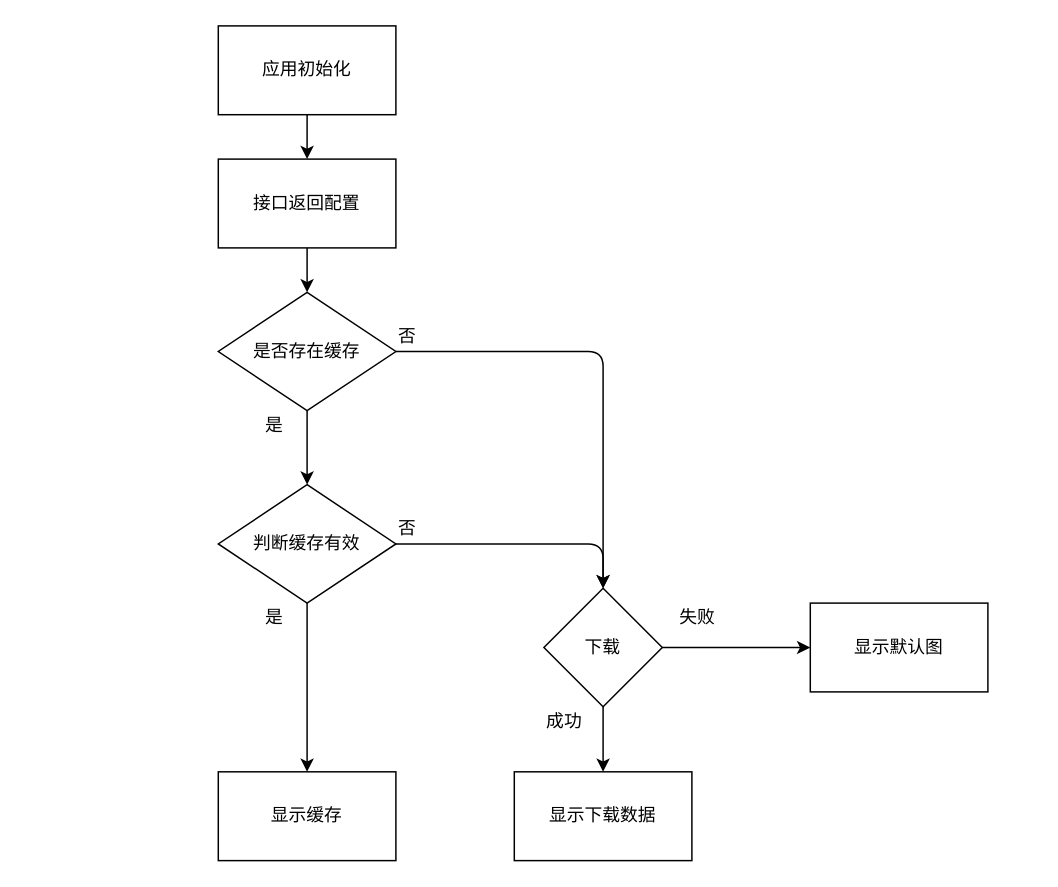
Earlier version of the draw.io diagram Untitled Diagram.drawio (666luyong/Diagram). Source tidied: cells renumbered, new cells numbered last; positions are measured from the earlier drawing's top-left corner, leaving out a move shared by most shapes. Both pictures are drawn from the tidied source at 148%, with x=0, y=0 at pixel (218, 25).
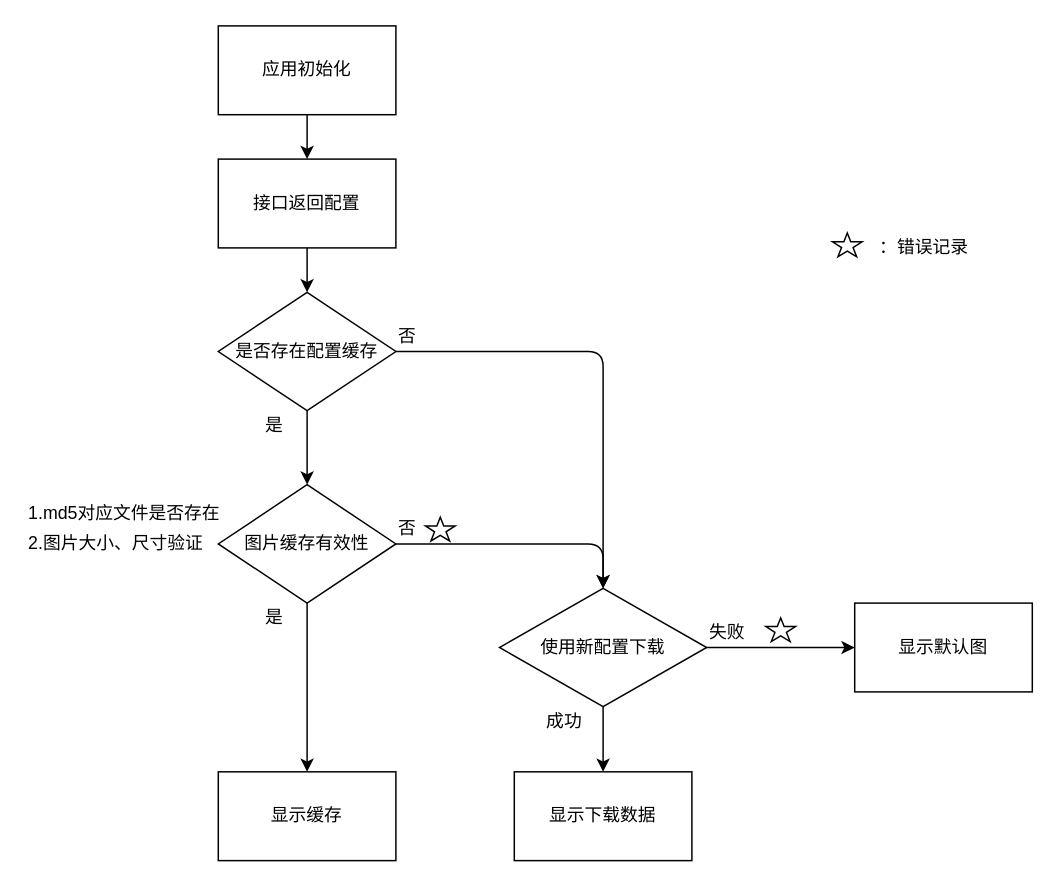
The same diagram, later.

The edit, as a diff of the source:
```diff
@@
-    <mxCell id="3" value="是否存在缓存" style="rhombus;whiteSpace=wrap;html=1;" parent="1" vertex="1">
+    <mxCell id="3" value="是否存在配置缓存" style="rhombus;whiteSpace=wrap;html=1;" parent="1" vertex="1">
       <mxGeometry y="180" width="120" height="80" as="geometry" />
     </mxCell>
@@
-    <mxCell id="11" value="判断缓存有效" style="rhombus;whiteSpace=wrap;html=1;" parent="1" vertex="1">
+    <mxCell id="11" value="图片缓存有效性" style="rhombus;whiteSpace=wrap;html=1;" parent="1" vertex="1">
       <mxGeometry y="310" width="120" height="80" as="geometry" />
     </mxCell>
@@
-    <mxCell id="15" style="edgeStyle=orthogonalEdgeStyle;rounded=0;jettySize=auto;html=1;entryX=0;entryY=0.5;entryDx=0;entryDy=0;" parent="1" edge="1" source="17">
-      <mxGeometry relative="1" as="geometry">
-        <mxPoint x="400" y="420" as="targetPoint" />
-      </mxGeometry>
+    <mxCell id="15" style="edgeStyle=orthogonalEdgeStyle;rounded=0;jettySize=auto;html=1;entryX=0;entryY=0.5;entryDx=0;entryDy=0;" parent="1" edge="1" source="17" target="23">
+      <mxGeometry relative="1" as="geometry" />
     </mxCell>
@@
-    <mxCell id="17" value="下载" style="rhombus;whiteSpace=wrap;html=1;" parent="1" vertex="1">
-      <mxGeometry x="220" y="380" width="80" height="80" as="geometry" />
+    <mxCell id="17" value="使用新配置下载" style="rhombus;whiteSpace=wrap;html=1;" parent="1" vertex="1">
+      <mxGeometry x="190" y="380" width="140" height="80" as="geometry" />
     </mxCell>
@@
     <mxCell id="19" value="失败&amp;nbsp;" style="text;html=1;align=left;verticalAlign=top;spacingTop=-4;" parent="1" vertex="1">
-      <mxGeometry x="310" y="390" width="40" height="20" as="geometry" />
+      <mxGeometry x="330" y="400" width="40" height="20" as="geometry" />
     </mxCell>
@@
     <mxCell id="23" value="显示默认图" style="rounded=0;whiteSpace=wrap;html=1;" parent="1" vertex="1">
-      <mxGeometry x="400" y="390" width="120" height="60" as="geometry" />
+      <mxGeometry x="430" y="390" width="120" height="60" as="geometry" />
     </mxCell>
@@
+    <mxCell id="25" value="1.md5对应文件是否存在" style="text;html=1;align=left;verticalAlign=top;spacingTop=-4;" parent="1" vertex="1">
+      <mxGeometry x="-130" y="320" width="140" height="20" as="geometry" />
+    </mxCell>
+    <mxCell id="26" value="2.图片大小、尺寸验证" style="text;html=1;align=left;verticalAlign=top;spacingTop=-4;" parent="1" vertex="1">
+      <mxGeometry x="-130" y="340" width="130" height="20" as="geometry" />
+    </mxCell>
+    <mxCell id="27" style="verticalLabelPosition=bottom;verticalAlign=top;html=1;shape=mxgraph.basic.star;" parent="1" vertex="1">
+      <mxGeometry x="370" y="400" width="20" height="16" as="geometry" />
+    </mxCell>
+    <mxCell id="28" style="verticalLabelPosition=bottom;verticalAlign=top;html=1;shape=mxgraph.basic.star;" parent="1" vertex="1">
+      <mxGeometry x="140" y="332" width="20" height="16" as="geometry" />
+    </mxCell>
+    <mxCell id="29" style="verticalLabelPosition=bottom;verticalAlign=top;html=1;shape=mxgraph.basic.star;" parent="1" vertex="1">
+      <mxGeometry x="415" y="140" width="20" height="16" as="geometry" />
+    </mxCell>
+    <mxCell id="30" value="：错误记录" style="text;html=1;align=left;verticalAlign=top;spacingTop=-4;" parent="1" vertex="1">
+      <mxGeometry x="445" y="140" width="80" height="20" as="geometry" />
+    </mxCell>
```
